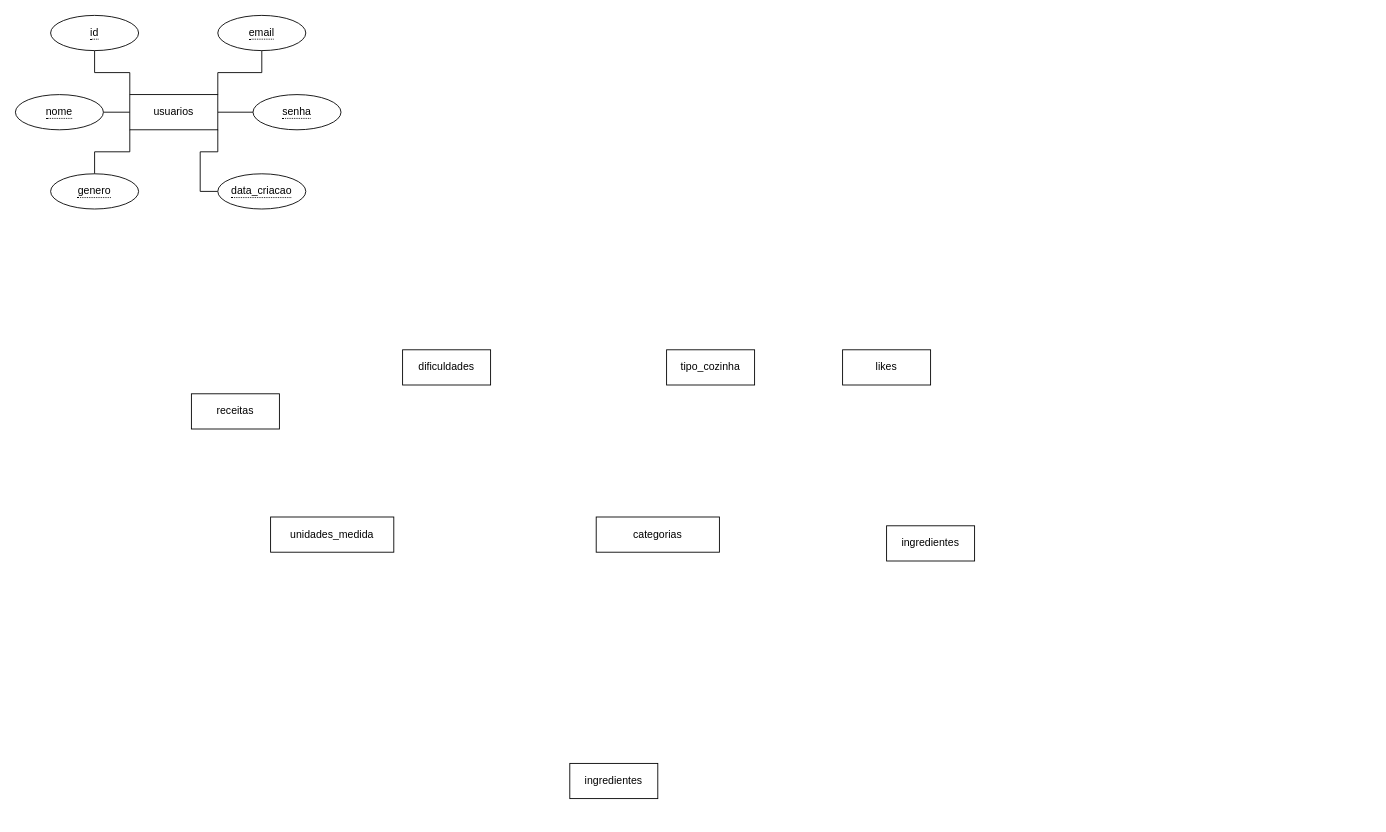
The draw.io diagram database/modelo/conceitual_e_logico.drawio in projeto-integrado-ds2m-jandira/projeto-integrado, before the edit. Source tidied: cells renumbered, new cells numbered last; positions are measured from the earlier drawing's top-left corner, leaving out a move shared by most shapes. Both pictures are drawn from the tidied source at 88%, with x=0, y=0 at pixel (15, 15).
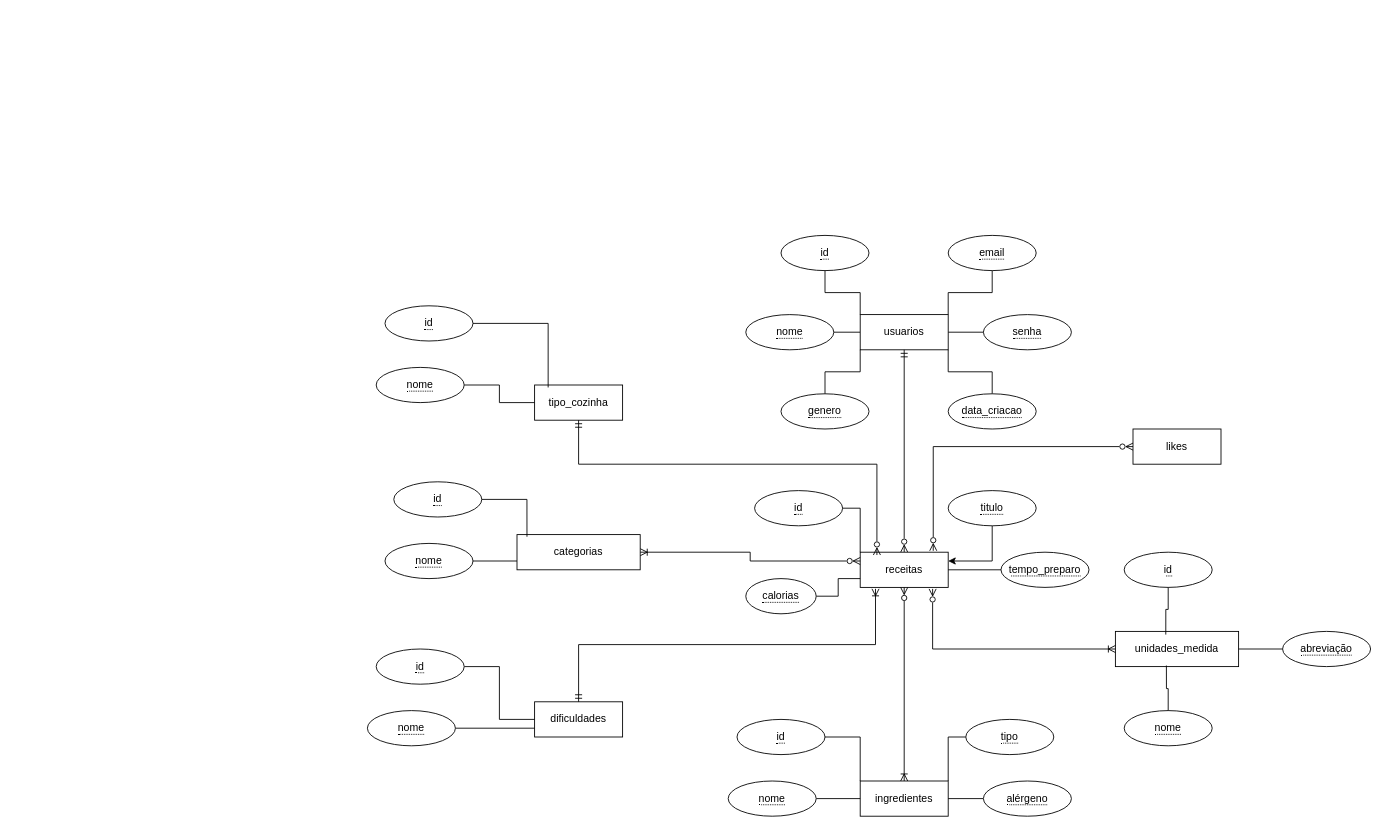
Above is the later version.

Commit message (it also covers changes not shown here):
Primeira versão do modelo conceitual do banco finalizada. Pendente validação do time

Diff of the diagram source:
```diff
@@
     <mxCell id="4" value="usuarios" style="whiteSpace=wrap;html=1;align=center;" parent="1" vertex="1">
-      <mxGeometry x="130" y="90" width="100" height="40" as="geometry" />
+      <mxGeometry x="960" y="340" width="100" height="40" as="geometry" />
     </mxCell>
+    <mxCell id="23" style="edgeStyle=orthogonalEdgeStyle;rounded=0;jettySize=auto;html=1;entryX=0.5;entryY=1;entryDx=0;entryDy=0;endArrow=ERmandOne;endFill=0;startArrow=ERzeroToMany;startFill=0;" parent="1" edge="1" source="5" target="4">
+      <mxGeometry relative="1" as="geometry" />
+    </mxCell>
     <mxCell id="5" value="receitas" style="whiteSpace=wrap;html=1;align=center;" parent="1" vertex="1">
-      <mxGeometry x="200" y="430" width="100" height="40" as="geometry" />
+      <mxGeometry x="960" y="610" width="100" height="40" as="geometry" />
     </mxCell>
-    <mxCell id="6" value="ingredientes" style="whiteSpace=wrap;html=1;align=center;" parent="1" vertex="1">
-      <mxGeometry x="990" y="580" width="100" height="40" as="geometry" />
-    </mxCell>
+    <mxCell id="24" style="edgeStyle=orthogonalEdgeStyle;rounded=0;jettySize=auto;html=1;endArrow=ERzeroToMany;endFill=0;startArrow=ERoneToMany;startFill=0;" parent="1" edge="1" source="7" target="5">
+      <mxGeometry relative="1" as="geometry" />
+    </mxCell>
     <mxCell id="7" value="ingredientes" style="whiteSpace=wrap;html=1;align=center;" parent="1" vertex="1">
-      <mxGeometry x="630" y="850" width="100" height="40" as="geometry" />
+      <mxGeometry x="960" y="870" width="100" height="40" as="geometry" />
     </mxCell>
     <mxCell id="8" value="unidades_medida" style="whiteSpace=wrap;html=1;align=center;" parent="1" vertex="1">
-      <mxGeometry x="290" y="570" width="140" height="40" as="geometry" />
+      <mxGeometry x="1250" y="700" width="140" height="40" as="geometry" />
     </mxCell>
+    <mxCell id="25" style="edgeStyle=orthogonalEdgeStyle;rounded=0;jettySize=auto;html=1;exitX=1;exitY=0.5;exitDx=0;exitDy=0;entryX=0;entryY=0.25;entryDx=0;entryDy=0;endArrow=ERzeroToMany;endFill=0;startArrow=ERoneToMany;startFill=0;" parent="1" edge="1" source="9" target="5">
+      <mxGeometry relative="1" as="geometry" />
+    </mxCell>
     <mxCell id="9" value="categorias" style="whiteSpace=wrap;html=1;align=center;" parent="1" vertex="1">
-      <mxGeometry x="660" y="570" width="140" height="40" as="geometry" />
+      <mxGeometry x="570" y="590" width="140" height="40" as="geometry" />
     </mxCell>
     <mxCell id="10" value="dificuldades" style="whiteSpace=wrap;html=1;align=center;" parent="1" vertex="1">
-      <mxGeometry x="440" y="380" width="100" height="40" as="geometry" />
+      <mxGeometry x="590" y="780" width="100" height="40" as="geometry" />
     </mxCell>
     <mxCell id="11" value="tipo_cozinha" style="whiteSpace=wrap;html=1;align=center;" parent="1" vertex="1">
-      <mxGeometry x="740" y="380" width="100" height="40" as="geometry" />
+      <mxGeometry x="590" y="420" width="100" height="40" as="geometry" />
     </mxCell>
+    <mxCell id="26" style="edgeStyle=orthogonalEdgeStyle;rounded=0;jettySize=auto;html=1;exitX=0;exitY=0.5;exitDx=0;exitDy=0;entryX=0.83;entryY=-0.04;entryDx=0;entryDy=0;entryPerimeter=0;endArrow=ERzeroToMany;endFill=0;startArrow=ERzeroToMany;startFill=0;" parent="1" edge="1" source="12" target="5">
+      <mxGeometry relative="1" as="geometry" />
+    </mxCell>
     <mxCell id="12" value="likes" style="whiteSpace=wrap;html=1;align=center;" parent="1" vertex="1">
-      <mxGeometry x="940" y="380" width="100" height="40" as="geometry" />
+      <mxGeometry x="1270" y="470" width="100" height="40" as="geometry" />
     </mxCell>
@@
     <mxCell id="14" value="&lt;span style=&quot;border-bottom: 1px dotted&quot;&gt;id&lt;/span&gt;" style="ellipse;whiteSpace=wrap;html=1;align=center;" parent="1" vertex="1">
-      <mxGeometry x="40" width="100" height="40" as="geometry" />
+      <mxGeometry x="870" y="250" width="100" height="40" as="geometry" />
     </mxCell>
     <mxCell id="15" value="&lt;span style=&quot;border-bottom: 1px dotted&quot;&gt;nome&lt;/span&gt;" style="ellipse;whiteSpace=wrap;html=1;align=center;" parent="1" vertex="1">
-      <mxGeometry y="90" width="100" height="40" as="geometry" />
+      <mxGeometry x="830" y="340" width="100" height="40" as="geometry" />
     </mxCell>
@@
     <mxCell id="17" value="&lt;span style=&quot;border-bottom: 1px dotted&quot;&gt;email&lt;/span&gt;" style="ellipse;whiteSpace=wrap;html=1;align=center;" parent="1" vertex="1">
-      <mxGeometry x="230" width="100" height="40" as="geometry" />
+      <mxGeometry x="1060" y="250" width="100" height="40" as="geometry" />
     </mxCell>
     <mxCell id="18" value="&lt;span style=&quot;border-bottom: 1px dotted&quot;&gt;senha&lt;/span&gt;" style="ellipse;whiteSpace=wrap;html=1;align=center;" parent="1" vertex="1">
-      <mxGeometry x="270" y="90" width="100" height="40" as="geometry" />
+      <mxGeometry x="1100" y="340" width="100" height="40" as="geometry" />
     </mxCell>
@@
     <mxCell id="20" value="&lt;span style=&quot;border-bottom: 1px dotted&quot;&gt;genero&lt;/span&gt;" style="ellipse;whiteSpace=wrap;html=1;align=center;" parent="1" vertex="1">
-      <mxGeometry x="40" y="180" width="100" height="40" as="geometry" />
+      <mxGeometry x="870" y="430" width="100" height="40" as="geometry" />
     </mxCell>
-    <mxCell id="21" style="edgeStyle=orthogonalEdgeStyle;rounded=0;jettySize=auto;html=1;exitX=0;exitY=0.5;exitDx=0;exitDy=0;entryX=1;entryY=1;entryDx=0;entryDy=0;endArrow=none;endFill=0;" parent="1" edge="1" source="22" target="4">
+    <mxCell id="21" style="edgeStyle=orthogonalEdgeStyle;rounded=0;jettySize=auto;html=1;exitX=0.5;exitY=0;exitDx=0;exitDy=0;entryX=1;entryY=1;entryDx=0;entryDy=0;endArrow=none;endFill=0;" parent="1" edge="1" source="22" target="4">
       <mxGeometry relative="1" as="geometry" />
     </mxCell>
     <mxCell id="22" value="&lt;span style=&quot;border-bottom: 1px dotted&quot;&gt;data_criacao&lt;/span&gt;" style="ellipse;whiteSpace=wrap;html=1;align=center;" parent="1" vertex="1">
-      <mxGeometry x="230" y="180" width="100" height="40" as="geometry" />
+      <mxGeometry x="1060" y="430" width="100" height="40" as="geometry" />
     </mxCell>
+    <mxCell id="27" style="edgeStyle=orthogonalEdgeStyle;rounded=0;jettySize=auto;html=1;exitX=1;exitY=0.5;exitDx=0;exitDy=0;entryX=0;entryY=0;entryDx=0;entryDy=0;endArrow=none;endFill=0;" parent="1" edge="1" source="28" target="5">
+      <mxGeometry relative="1" as="geometry" />
+    </mxCell>
+    <mxCell id="28" value="&lt;span style=&quot;border-bottom: 1px dotted&quot;&gt;id&lt;/span&gt;" style="ellipse;whiteSpace=wrap;html=1;align=center;" parent="1" vertex="1">
+      <mxGeometry x="840" y="540" width="100" height="40" as="geometry" />
+    </mxCell>
+    <mxCell id="29" style="edgeStyle=orthogonalEdgeStyle;rounded=0;jettySize=auto;html=1;entryX=1;entryY=0.25;entryDx=0;entryDy=0;" parent="1" edge="1" source="30" target="5">
+      <mxGeometry relative="1" as="geometry" />
+    </mxCell>
+    <mxCell id="30" value="&lt;span style=&quot;border-bottom: 1px dotted&quot;&gt;titulo&lt;/span&gt;" style="ellipse;whiteSpace=wrap;html=1;align=center;" parent="1" vertex="1">
+      <mxGeometry x="1060" y="540" width="100" height="40" as="geometry" />
+    </mxCell>
+    <mxCell id="31" style="edgeStyle=orthogonalEdgeStyle;rounded=0;jettySize=auto;html=1;entryX=1;entryY=0.5;entryDx=0;entryDy=0;endArrow=none;endFill=0;" parent="1" edge="1" source="32" target="5">
+      <mxGeometry relative="1" as="geometry" />
+    </mxCell>
+    <mxCell id="32" value="&lt;span style=&quot;border-bottom: 1px dotted&quot;&gt;tempo_preparo&lt;/span&gt;" style="ellipse;whiteSpace=wrap;html=1;align=center;" parent="1" vertex="1">
+      <mxGeometry x="1120" y="610" width="100" height="40" as="geometry" />
+    </mxCell>
+    <mxCell id="33" style="edgeStyle=orthogonalEdgeStyle;rounded=0;jettySize=auto;html=1;entryX=0;entryY=0.75;entryDx=0;entryDy=0;endArrow=none;endFill=0;" parent="1" edge="1" source="34" target="5">
+      <mxGeometry relative="1" as="geometry" />
+    </mxCell>
+    <mxCell id="34" value="&lt;span style=&quot;border-bottom: 1px dotted&quot;&gt;calorias&lt;/span&gt;" style="ellipse;whiteSpace=wrap;html=1;align=center;" parent="1" vertex="1">
+      <mxGeometry x="830" y="640" width="80" height="40" as="geometry" />
+    </mxCell>
+    <mxCell id="35" style="edgeStyle=orthogonalEdgeStyle;rounded=0;jettySize=auto;html=1;exitX=1;exitY=0.5;exitDx=0;exitDy=0;entryX=0;entryY=0.5;entryDx=0;entryDy=0;endArrow=none;endFill=0;" parent="1" edge="1" source="36" target="7">
+      <mxGeometry relative="1" as="geometry" />
+    </mxCell>
+    <mxCell id="36" value="&lt;span style=&quot;border-bottom: 1px dotted&quot;&gt;nome&lt;/span&gt;" style="ellipse;whiteSpace=wrap;html=1;align=center;" parent="1" vertex="1">
+      <mxGeometry x="810" y="870" width="100" height="40" as="geometry" />
+    </mxCell>
+    <mxCell id="37" style="edgeStyle=orthogonalEdgeStyle;rounded=0;jettySize=auto;html=1;exitX=1;exitY=0.5;exitDx=0;exitDy=0;entryX=0;entryY=0;entryDx=0;entryDy=0;endArrow=none;endFill=0;" parent="1" edge="1" source="38" target="7">
+      <mxGeometry relative="1" as="geometry" />
+    </mxCell>
+    <mxCell id="38" value="&lt;span style=&quot;border-bottom: 1px dotted&quot;&gt;id&lt;/span&gt;" style="ellipse;whiteSpace=wrap;html=1;align=center;" parent="1" vertex="1">
+      <mxGeometry x="820" y="800" width="100" height="40" as="geometry" />
+    </mxCell>
+    <mxCell id="39" style="edgeStyle=orthogonalEdgeStyle;rounded=0;jettySize=auto;html=1;exitX=0;exitY=0.5;exitDx=0;exitDy=0;entryX=1;entryY=0;entryDx=0;entryDy=0;endArrow=none;endFill=0;" parent="1" edge="1" source="40" target="7">
+      <mxGeometry relative="1" as="geometry" />
+    </mxCell>
+    <mxCell id="40" value="&lt;span style=&quot;border-bottom: 1px dotted&quot;&gt;tipo&lt;/span&gt;" style="ellipse;whiteSpace=wrap;html=1;align=center;" parent="1" vertex="1">
+      <mxGeometry x="1080" y="800" width="100" height="40" as="geometry" />
+    </mxCell>
+    <mxCell id="41" style="edgeStyle=orthogonalEdgeStyle;rounded=0;jettySize=auto;html=1;exitX=0;exitY=0.5;exitDx=0;exitDy=0;entryX=1;entryY=0.5;entryDx=0;entryDy=0;endArrow=none;endFill=0;" parent="1" edge="1" source="42" target="7">
+      <mxGeometry relative="1" as="geometry" />
+    </mxCell>
+    <mxCell id="42" value="&lt;span style=&quot;border-bottom: 1px dotted&quot;&gt;alérgeno&lt;/span&gt;" style="ellipse;whiteSpace=wrap;html=1;align=center;" parent="1" vertex="1">
+      <mxGeometry x="1100" y="870" width="100" height="40" as="geometry" />
+    </mxCell>
+    <mxCell id="43" style="edgeStyle=orthogonalEdgeStyle;rounded=0;jettySize=auto;html=1;exitX=0;exitY=0.5;exitDx=0;exitDy=0;entryX=0.823;entryY=1.042;entryDx=0;entryDy=0;entryPerimeter=0;endArrow=ERzeroToMany;endFill=0;startArrow=ERoneToMany;startFill=0;" parent="1" edge="1" source="8" target="5">
+      <mxGeometry relative="1" as="geometry">
+        <Array as="points">
+          <mxPoint x="1042" y="720" />
+        </Array>
+      </mxGeometry>
+    </mxCell>
+    <mxCell id="44" value="&lt;span style=&quot;border-bottom: 1px dotted&quot;&gt;id&lt;/span&gt;" style="ellipse;whiteSpace=wrap;html=1;align=center;" parent="1" vertex="1">
+      <mxGeometry x="1260" y="610" width="100" height="40" as="geometry" />
+    </mxCell>
+    <mxCell id="45" value="&lt;span style=&quot;border-bottom: 1px dotted&quot;&gt;nome&lt;/span&gt;" style="ellipse;whiteSpace=wrap;html=1;align=center;" parent="1" vertex="1">
+      <mxGeometry x="1260" y="790" width="100" height="40" as="geometry" />
+    </mxCell>
+    <mxCell id="46" style="edgeStyle=orthogonalEdgeStyle;rounded=0;jettySize=auto;html=1;exitX=0;exitY=0.5;exitDx=0;exitDy=0;endArrow=none;endFill=0;" parent="1" edge="1" source="47" target="8">
+      <mxGeometry relative="1" as="geometry" />
+    </mxCell>
+    <mxCell id="47" value="&lt;span style=&quot;border-bottom: 1px dotted&quot;&gt;abreviação&lt;/span&gt;" style="ellipse;whiteSpace=wrap;html=1;align=center;" parent="1" vertex="1">
+      <mxGeometry x="1440" y="700" width="100" height="40" as="geometry" />
+    </mxCell>
+    <mxCell id="48" style="edgeStyle=orthogonalEdgeStyle;rounded=0;jettySize=auto;html=1;entryX=0.414;entryY=0.97;entryDx=0;entryDy=0;entryPerimeter=0;endArrow=none;endFill=0;" parent="1" edge="1" source="45" target="8">
+      <mxGeometry relative="1" as="geometry" />
+    </mxCell>
+    <mxCell id="49" style="edgeStyle=orthogonalEdgeStyle;rounded=0;jettySize=auto;html=1;entryX=0.409;entryY=0.09;entryDx=0;entryDy=0;entryPerimeter=0;endArrow=none;endFill=0;" parent="1" edge="1" source="44" target="8">
+      <mxGeometry relative="1" as="geometry" />
+    </mxCell>
+    <mxCell id="50" value="&lt;span style=&quot;border-bottom: 1px dotted&quot;&gt;id&lt;/span&gt;" style="ellipse;whiteSpace=wrap;html=1;align=center;" parent="1" vertex="1">
+      <mxGeometry x="430" y="530" width="100" height="40" as="geometry" />
+    </mxCell>
+    <mxCell id="51" style="edgeStyle=orthogonalEdgeStyle;rounded=0;jettySize=auto;html=1;exitX=1;exitY=0.5;exitDx=0;exitDy=0;entryX=0;entryY=0.75;entryDx=0;entryDy=0;endArrow=none;endFill=0;" parent="1" edge="1" source="52" target="9">
+      <mxGeometry relative="1" as="geometry" />
+    </mxCell>
+    <mxCell id="52" value="&lt;span style=&quot;border-bottom: 1px dotted&quot;&gt;nome&lt;/span&gt;" style="ellipse;whiteSpace=wrap;html=1;align=center;" parent="1" vertex="1">
+      <mxGeometry x="420" y="600" width="100" height="40" as="geometry" />
+    </mxCell>
+    <mxCell id="53" style="edgeStyle=orthogonalEdgeStyle;rounded=0;jettySize=auto;html=1;entryX=0.081;entryY=0.06;entryDx=0;entryDy=0;entryPerimeter=0;endArrow=none;endFill=0;" parent="1" edge="1" source="50" target="9">
+      <mxGeometry relative="1" as="geometry" />
+    </mxCell>
+    <mxCell id="54" style="edgeStyle=orthogonalEdgeStyle;rounded=0;jettySize=auto;html=1;entryX=0;entryY=0.75;entryDx=0;entryDy=0;endArrow=none;endFill=0;" parent="1" edge="1" source="55" target="10">
+      <mxGeometry relative="1" as="geometry" />
+    </mxCell>
+    <mxCell id="55" value="&lt;span style=&quot;border-bottom: 1px dotted&quot;&gt;nome&lt;/span&gt;" style="ellipse;whiteSpace=wrap;html=1;align=center;" parent="1" vertex="1">
+      <mxGeometry x="400" y="790" width="100" height="40" as="geometry" />
+    </mxCell>
+    <mxCell id="56" style="edgeStyle=orthogonalEdgeStyle;rounded=0;jettySize=auto;html=1;entryX=0;entryY=0.5;entryDx=0;entryDy=0;endArrow=none;endFill=0;" parent="1" edge="1" source="57" target="10">
+      <mxGeometry relative="1" as="geometry" />
+    </mxCell>
+    <mxCell id="57" value="&lt;span style=&quot;border-bottom: 1px dotted&quot;&gt;id&lt;/span&gt;" style="ellipse;whiteSpace=wrap;html=1;align=center;" parent="1" vertex="1">
+      <mxGeometry x="410" y="720" width="100" height="40" as="geometry" />
+    </mxCell>
+    <mxCell id="58" style="edgeStyle=orthogonalEdgeStyle;rounded=0;jettySize=auto;html=1;exitX=0.5;exitY=0;exitDx=0;exitDy=0;entryX=0.174;entryY=1.04;entryDx=0;entryDy=0;entryPerimeter=0;endArrow=ERoneToMany;endFill=0;startArrow=ERmandOne;startFill=0;" parent="1" edge="1" source="10" target="5">
+      <mxGeometry relative="1" as="geometry" />
+    </mxCell>
+    <mxCell id="59" value="&lt;span style=&quot;border-bottom: 1px dotted&quot;&gt;id&lt;/span&gt;" style="ellipse;whiteSpace=wrap;html=1;align=center;" parent="1" vertex="1">
+      <mxGeometry x="420" y="330" width="100" height="40" as="geometry" />
+    </mxCell>
+    <mxCell id="60" style="edgeStyle=orthogonalEdgeStyle;rounded=0;jettySize=auto;html=1;exitX=1;exitY=0.5;exitDx=0;exitDy=0;entryX=0;entryY=0.5;entryDx=0;entryDy=0;endArrow=none;endFill=0;" parent="1" edge="1" source="61" target="11">
+      <mxGeometry relative="1" as="geometry" />
+    </mxCell>
+    <mxCell id="61" value="&lt;span style=&quot;border-bottom: 1px dotted&quot;&gt;nome&lt;/span&gt;" style="ellipse;whiteSpace=wrap;html=1;align=center;" parent="1" vertex="1">
+      <mxGeometry x="410" y="400" width="100" height="40" as="geometry" />
+    </mxCell>
+    <mxCell id="62" style="edgeStyle=orthogonalEdgeStyle;rounded=0;jettySize=auto;html=1;entryX=0.154;entryY=0.07;entryDx=0;entryDy=0;entryPerimeter=0;endArrow=none;endFill=0;" parent="1" edge="1" source="59" target="11">
+      <mxGeometry relative="1" as="geometry" />
+    </mxCell>
+    <mxCell id="63" style="edgeStyle=orthogonalEdgeStyle;rounded=0;jettySize=auto;html=1;exitX=0.5;exitY=1;exitDx=0;exitDy=0;entryX=0.19;entryY=0.08;entryDx=0;entryDy=0;entryPerimeter=0;endArrow=ERzeroToMany;endFill=0;startArrow=ERmandOne;startFill=0;" parent="1" edge="1" source="11" target="5">
+      <mxGeometry relative="1" as="geometry">
+        <Array as="points">
+          <mxPoint x="640" y="510" />
+          <mxPoint x="979" y="510" />
+        </Array>
+      </mxGeometry>
+    </mxCell>
```
